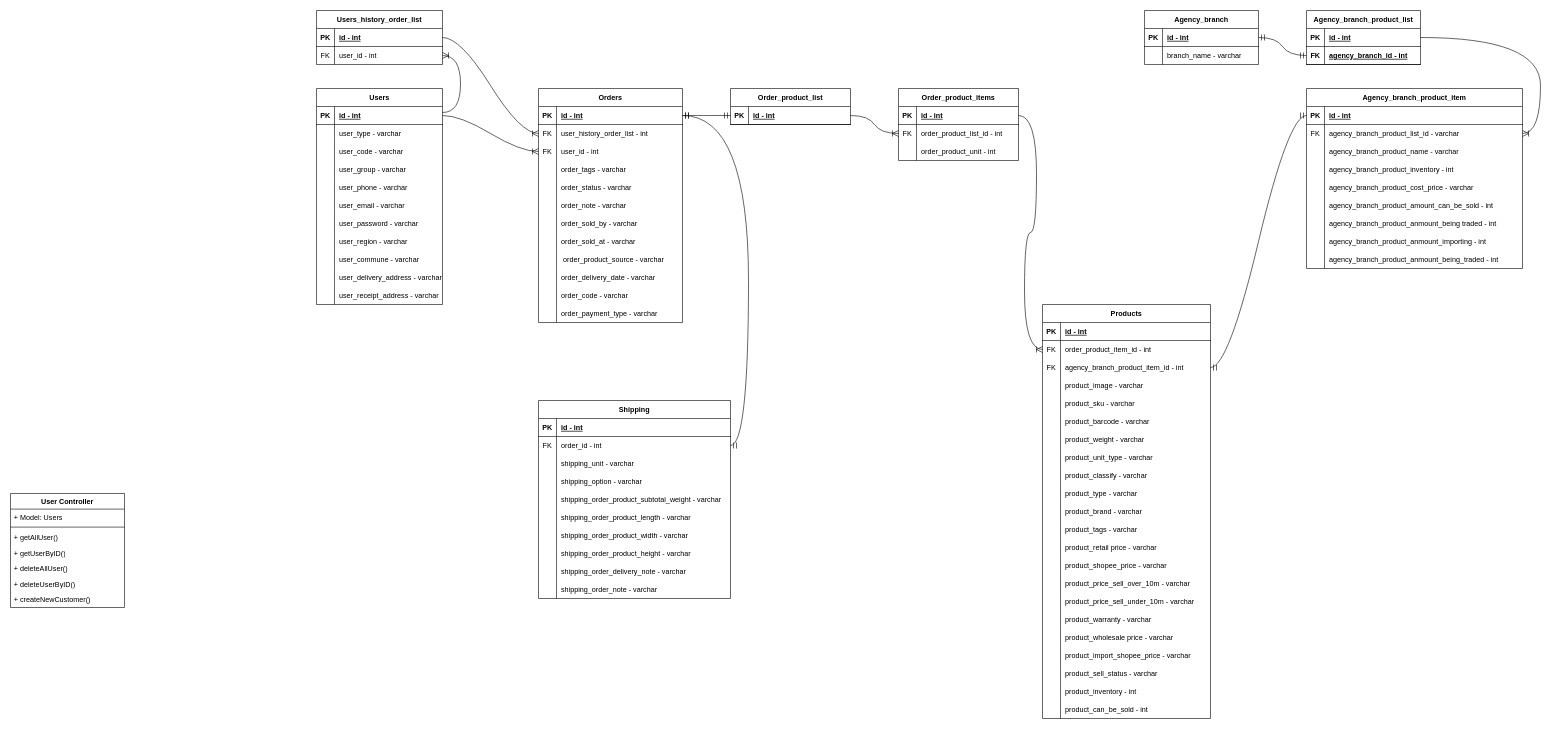
Earlier version of the draw.io diagram Untitled Diagram.drawio (tuantransn2001/MHK_Admin_Server_V1). Source tidied: cells renumbered, new cells numbered last; positions are measured from the earlier drawing's top-left corner, leaving out a move shared by most shapes. Both pictures are drawn from the tidied source at 60%, with x=0, y=0 at pixel (10, 10).
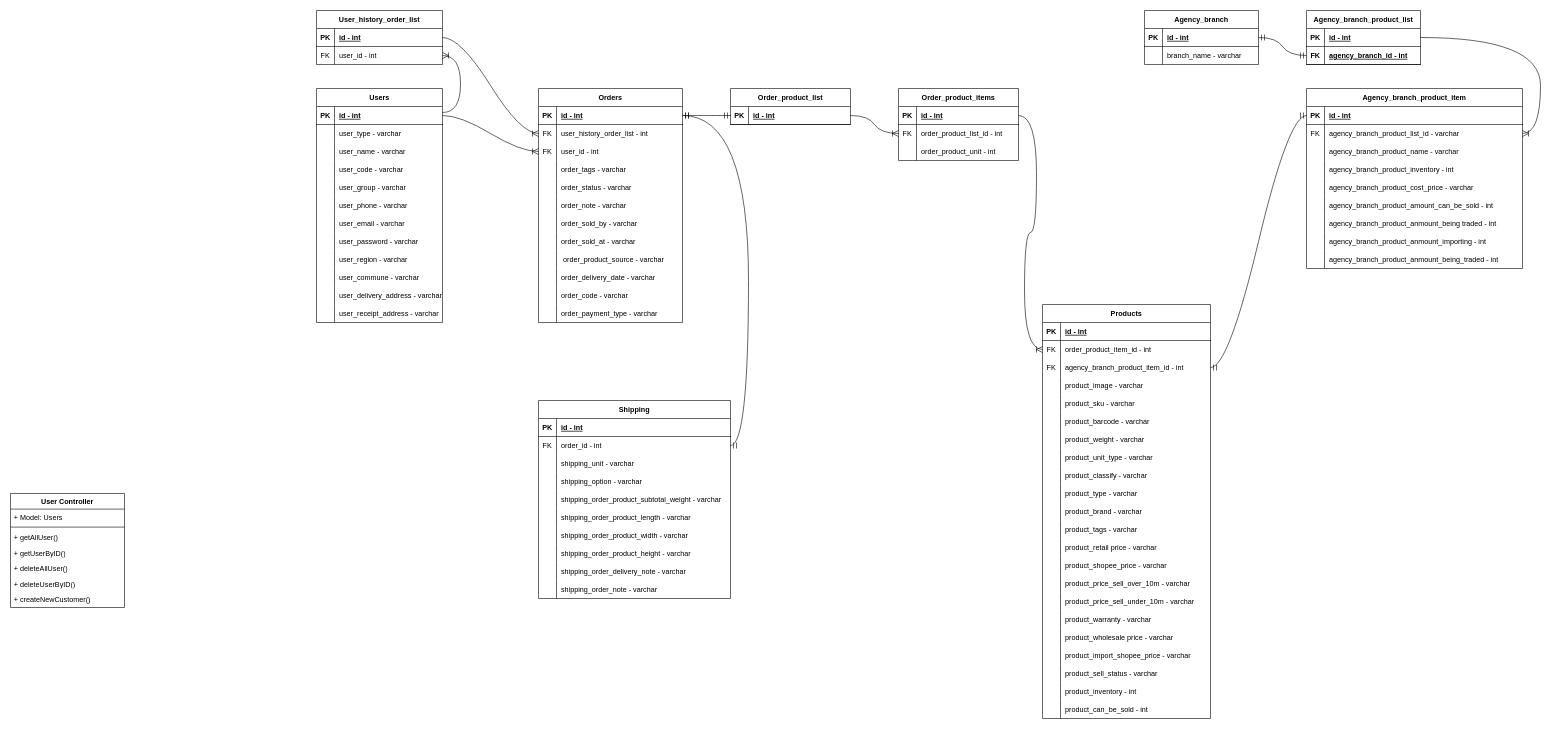
The same page after the edit.

Commit message (it also covers changes not shown here):
Cập nhật Untitled Diagram.drawio

Diff of the diagram source:
```diff
@@
     <mxCell id="2" value="Users" style="shape=table;startSize=30;childLayout=tableLayout;rowLines=0;fontStyle=1;align=center;" parent="1" vertex="1">
-      <mxGeometry x="510" y="130" width="210" height="360" as="geometry" />
+      <mxGeometry x="510" y="130" width="210" height="390" as="geometry" />
     </mxCell>
@@
+    <mxCell id="252" style="shape=tableRow;horizontal=0;startSize=0;swimlaneHead=0;swimlaneBody=0;fillColor=none;top=0;left=0;right=0;bottom=0;" parent="2" vertex="1">
+      <mxGeometry y="90" width="210" height="30" as="geometry" />
+    </mxCell>
+    <mxCell id="253" style="shape=partialRectangle;fillColor=none;top=0;left=0;bottom=0;right=0;overflow=hidden;" parent="252" vertex="1">
+      <mxGeometry width="30" height="30" as="geometry" />
+    </mxCell>
+    <mxCell id="254" value="user_name - varchar" style="shape=partialRectangle;fillColor=none;top=0;left=0;bottom=0;right=0;align=left;spacingLeft=6;overflow=hidden;" parent="252" vertex="1">
+      <mxGeometry x="30" width="180" height="30" as="geometry" />
+    </mxCell>
     <mxCell id="9" style="shape=tableRow;horizontal=0;startSize=0;swimlaneHead=0;swimlaneBody=0;fillColor=none;top=0;left=0;right=0;bottom=0;" parent="2" vertex="1">
-      <mxGeometry y="90" width="210" height="30" as="geometry" />
+      <mxGeometry y="120" width="210" height="30" as="geometry" />
     </mxCell>
@@
     <mxCell id="12" style="shape=tableRow;horizontal=0;startSize=0;swimlaneHead=0;swimlaneBody=0;fillColor=none;top=0;left=0;right=0;bottom=0;" parent="2" vertex="1">
-      <mxGeometry y="120" width="210" height="30" as="geometry" />
+      <mxGeometry y="150" width="210" height="30" as="geometry" />
     </mxCell>
@@
     <mxCell id="15" style="shape=tableRow;horizontal=0;startSize=0;swimlaneHead=0;swimlaneBody=0;fillColor=none;top=0;left=0;right=0;bottom=0;" parent="2" vertex="1">
-      <mxGeometry y="150" width="210" height="30" as="geometry" />
+      <mxGeometry y="180" width="210" height="30" as="geometry" />
     </mxCell>
@@
     <mxCell id="18" style="shape=tableRow;horizontal=0;startSize=0;swimlaneHead=0;swimlaneBody=0;fillColor=none;top=0;left=0;right=0;bottom=0;" parent="2" vertex="1">
-      <mxGeometry y="180" width="210" height="30" as="geometry" />
+      <mxGeometry y="210" width="210" height="30" as="geometry" />
     </mxCell>
@@
     <mxCell id="21" style="shape=tableRow;horizontal=0;startSize=0;swimlaneHead=0;swimlaneBody=0;fillColor=none;top=0;left=0;right=0;bottom=0;" parent="2" vertex="1">
-      <mxGeometry y="210" width="210" height="30" as="geometry" />
+      <mxGeometry y="240" width="210" height="30" as="geometry" />
     </mxCell>
@@
     <mxCell id="24" style="shape=tableRow;horizontal=0;startSize=0;swimlaneHead=0;swimlaneBody=0;fillColor=none;top=0;left=0;right=0;bottom=0;" parent="2" vertex="1">
-      <mxGeometry y="240" width="210" height="30" as="geometry" />
+      <mxGeometry y="270" width="210" height="30" as="geometry" />
     </mxCell>
@@
     <mxCell id="27" style="shape=tableRow;horizontal=0;startSize=0;swimlaneHead=0;swimlaneBody=0;fillColor=none;top=0;left=0;right=0;bottom=0;" parent="2" vertex="1">
-      <mxGeometry y="270" width="210" height="30" as="geometry" />
+      <mxGeometry y="300" width="210" height="30" as="geometry" />
     </mxCell>
@@
     <mxCell id="30" style="shape=tableRow;horizontal=0;startSize=0;swimlaneHead=0;swimlaneBody=0;fillColor=none;top=0;left=0;right=0;bottom=0;" parent="2" vertex="1">
-      <mxGeometry y="300" width="210" height="30" as="geometry" />
+      <mxGeometry y="330" width="210" height="30" as="geometry" />
     </mxCell>
@@
     <mxCell id="33" style="shape=tableRow;horizontal=0;startSize=0;swimlaneHead=0;swimlaneBody=0;fillColor=none;top=0;left=0;right=0;bottom=0;" parent="2" vertex="1">
-      <mxGeometry y="330" width="210" height="30" as="geometry" />
+      <mxGeometry y="360" width="210" height="30" as="geometry" />
     </mxCell>
@@
-    <mxCell id="243" value="Users_history_order_list" style="shape=table;startSize=30;childLayout=tableLayout;rowLines=0;fontStyle=1;align=center;" parent="1" vertex="1">
+    <mxCell id="243" value="User_history_order_list" style="shape=table;startSize=30;childLayout=tableLayout;rowLines=0;fontStyle=1;align=center;" parent="1" vertex="1">
       <mxGeometry x="510" width="210" height="90" as="geometry" />
     </mxCell>
```
